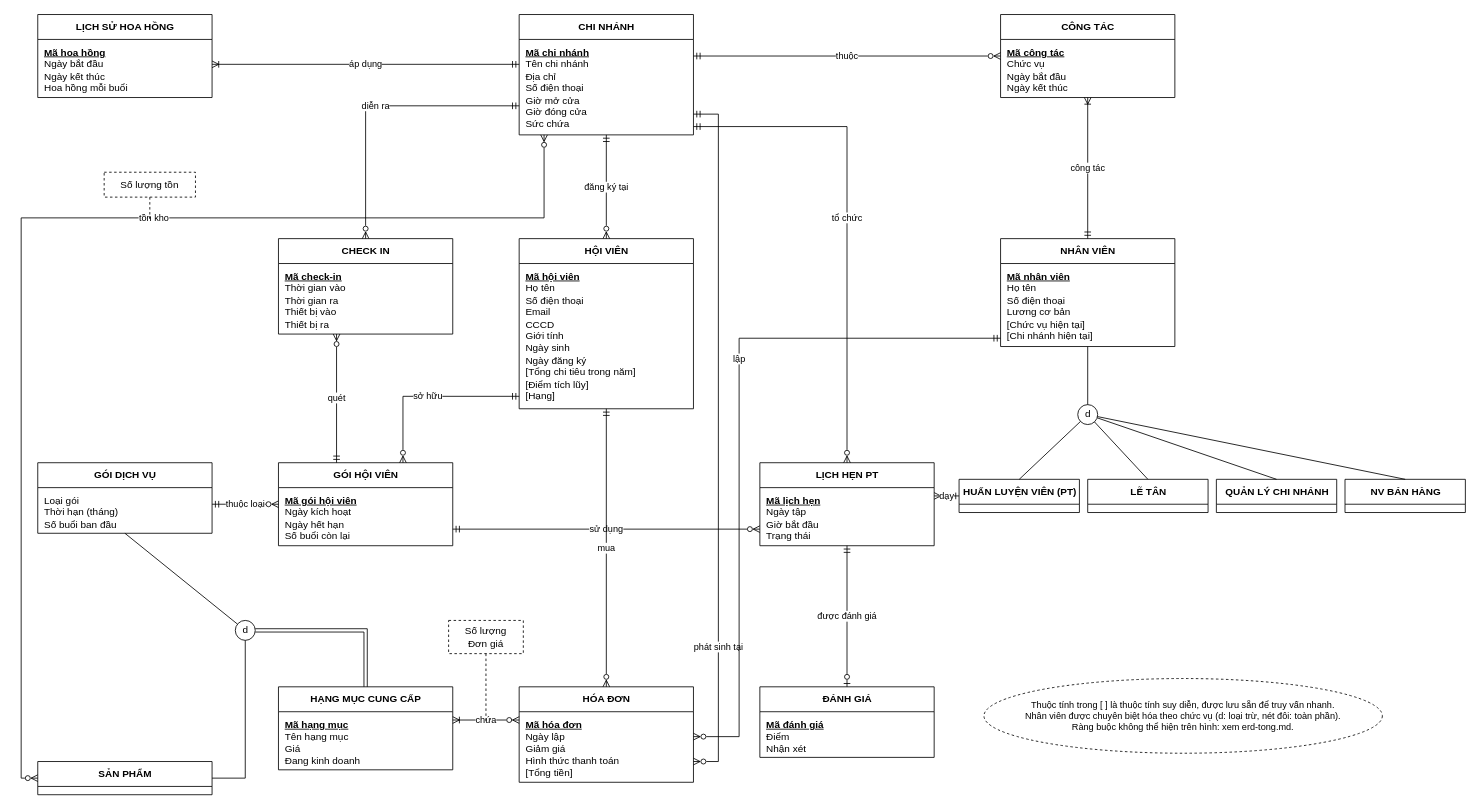
Above: docs/gd1/erd.drawio in nhaajtdajt/fitlife-hub-csdlnc (draw.io), before the change. Source tidied: cells renumbered, new cells numbered last; positions are measured from the earlier drawing's top-left corner, leaving out a move shared by most shapes. Both pictures are drawn from the tidied source at 83%, with x=0, y=0 at pixel (21, 14).
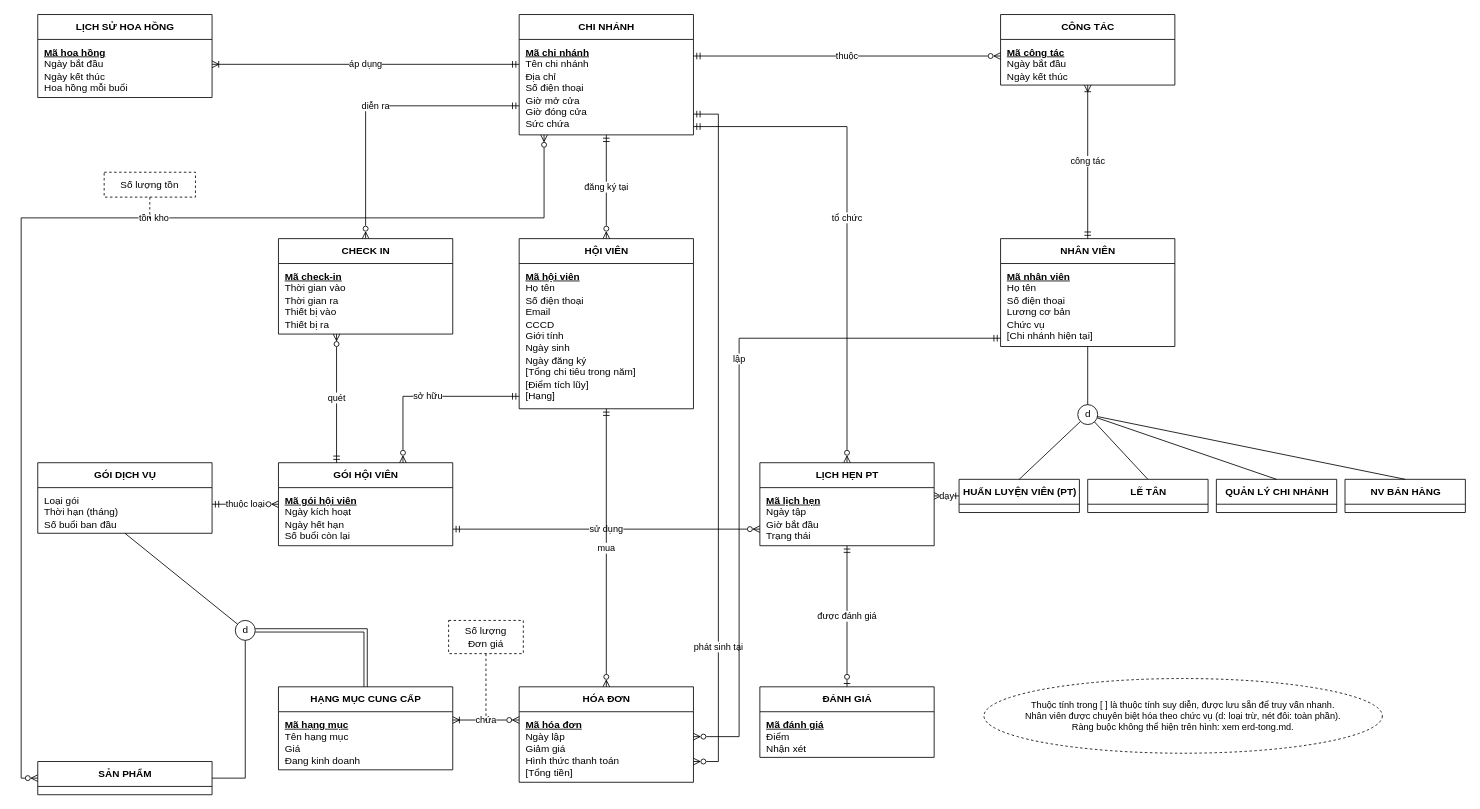
The same page after the edit.

Commit message (it also covers changes not shown here):
docs(gd1): chốt chức vụ nhân viên cố định

The change refers to these unchanged cells:
```xml
<mxCell id="4" value="CHI NHÁNH" style="swimlane;fontStyle=1;horizontal=1;startSize=30;html=1;fillColor=#ffffff;strokeColor=#000000;fontSize=12;" parent="1" vertex="1">
  <mxGeometry x="600" width="210" height="145" as="geometry" />
</mxCell>
<mxCell id="8" value="NHÂN VIÊN" style="swimlane;fontStyle=1;horizontal=1;startSize=30;html=1;fillColor=#ffffff;strokeColor=#000000;fontSize=12;" parent="1" vertex="1">
  <mxGeometry x="1180" y="270" width="210" height="130" as="geometry" />
</mxCell>
```

Diff of the diagram source:
```diff
@@
     <mxCell id="6" value="CÔNG TÁC" style="swimlane;fontStyle=1;horizontal=1;startSize=30;html=1;fillColor=#ffffff;strokeColor=#000000;fontSize=12;" parent="1" vertex="1">
-      <mxGeometry x="1180" width="210" height="100" as="geometry" />
+      <mxGeometry x="1180" width="210" height="85" as="geometry" />
     </mxCell>
-    <mxCell id="7" value="&lt;u&gt;&lt;b&gt;Mã công tác&lt;/b&gt;&lt;/u&gt;&lt;br&gt;Chức vụ&lt;br&gt;Ngày bắt đầu&lt;br&gt;Ngày kết thúc" style="text;html=1;align=left;verticalAlign=top;spacingLeft=6;spacingTop=2;fillColor=none;strokeColor=none;fontSize=12;" parent="6" vertex="1">
-      <mxGeometry y="30" width="210" height="70" as="geometry" />
+    <mxCell id="7" value="&lt;u&gt;&lt;b&gt;Mã công tác&lt;/b&gt;&lt;/u&gt;&lt;br&gt;Ngày bắt đầu&lt;br&gt;Ngày kết thúc" style="text;html=1;align=left;verticalAlign=top;spacingLeft=6;spacingTop=2;fillColor=none;strokeColor=none;fontSize=12;" parent="6" vertex="1">
+      <mxGeometry y="30" width="210" height="55" as="geometry" />
     </mxCell>
@@
-    <mxCell id="9" value="&lt;u&gt;&lt;b&gt;Mã nhân viên&lt;/b&gt;&lt;/u&gt;&lt;br&gt;Họ tên&lt;br&gt;Số điện thoại&lt;br&gt;Lương cơ bản&lt;br&gt;[Chức vụ hiện tại]&lt;br&gt;[Chi nhánh hiện tại]" style="text;html=1;align=left;verticalAlign=top;spacingLeft=6;spacingTop=2;fillColor=none;strokeColor=none;fontSize=12;" parent="8" vertex="1">
+    <mxCell id="9" value="&lt;u&gt;&lt;b&gt;Mã nhân viên&lt;/b&gt;&lt;/u&gt;&lt;br&gt;Họ tên&lt;br&gt;Số điện thoại&lt;br&gt;Lương cơ bản&lt;br&gt;Chức vụ&lt;br&gt;[Chi nhánh hiện tại]" style="text;html=1;align=left;verticalAlign=top;spacingLeft=6;spacingTop=2;fillColor=none;strokeColor=none;fontSize=12;" parent="8" vertex="1">
       <mxGeometry y="30" width="210" height="100" as="geometry" />
     </mxCell>
@@
-    <mxCell id="37" value="thuộc" style="edgeStyle=none;html=1;rounded=0;startArrow=ERmandOne;endArrow=ERzeroToMany;startFill=0;endFill=0;strokeColor=#000000;fontSize=11;labelBackgroundColor=#ffffff;exitX=1;exitY=0.3448;exitDx=0;exitDy=0;entryX=0;entryY=0.5;entryDx=0;entryDy=0;" parent="1" edge="1" source="4" target="6">
+    <mxCell id="37" value="thuộc" style="edgeStyle=none;html=1;rounded=0;startArrow=ERmandOne;endArrow=ERzeroToMany;startFill=0;endFill=0;strokeColor=#000000;fontSize=11;labelBackgroundColor=#ffffff;exitX=1;exitY=0.3448;exitDx=0;exitDy=0;entryX=0;entryY=0.5882;entryDx=0;entryDy=0;" parent="1" edge="1" source="4" target="6">
       <mxGeometry relative="1" as="geometry" />
     </mxCell>
```
